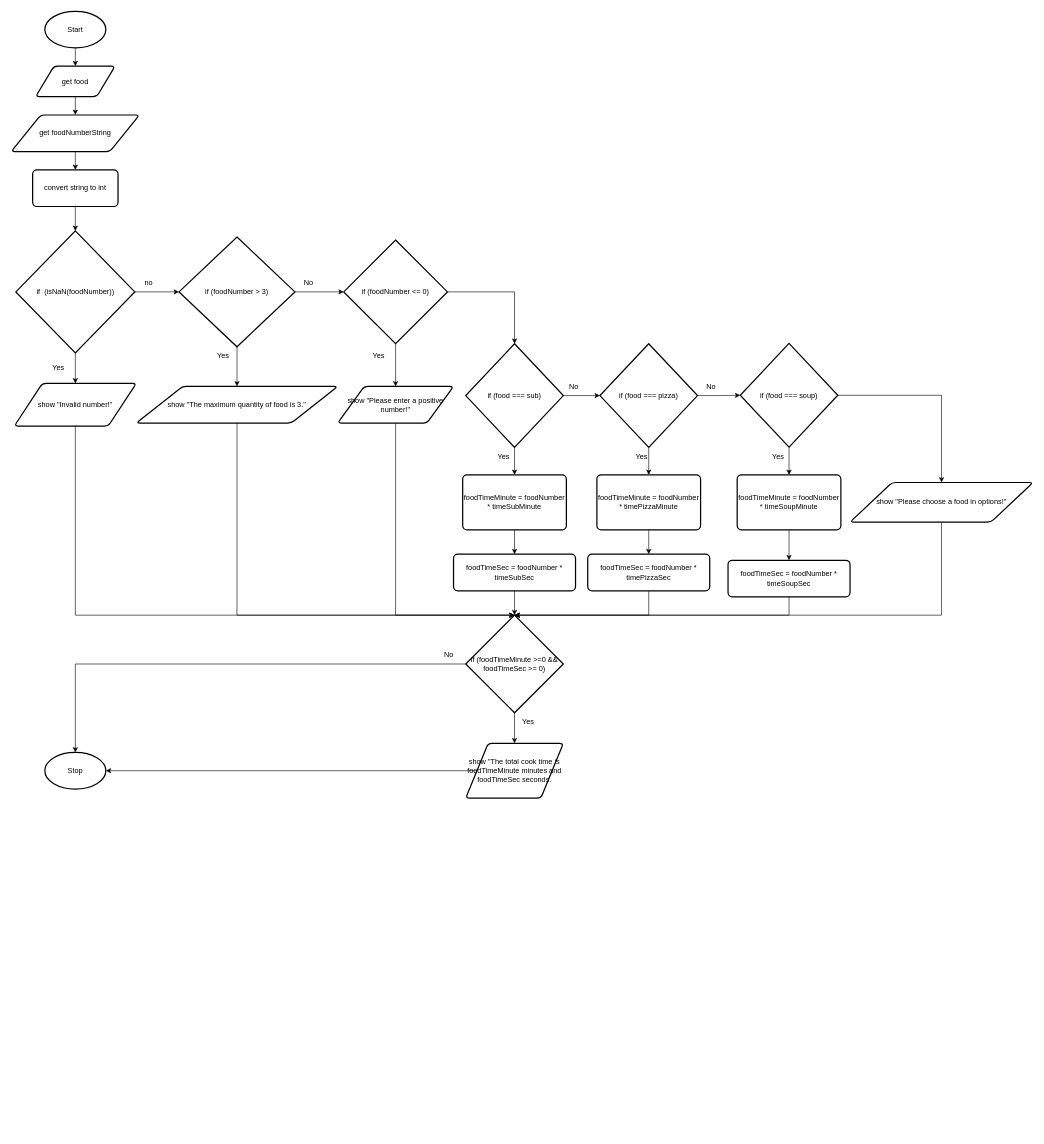
Above: design.flowchart.drawio in Yiyun-Qin/ics4u-unit1-03-typescript (draw.io), before the change. Source tidied: cells renumbered, new cells numbered last; positions are measured from the earlier drawing's top-left corner, leaving out a move shared by most shapes. Both pictures are drawn from the tidied source at 61%, with x=0, y=0 at pixel (11, 11).
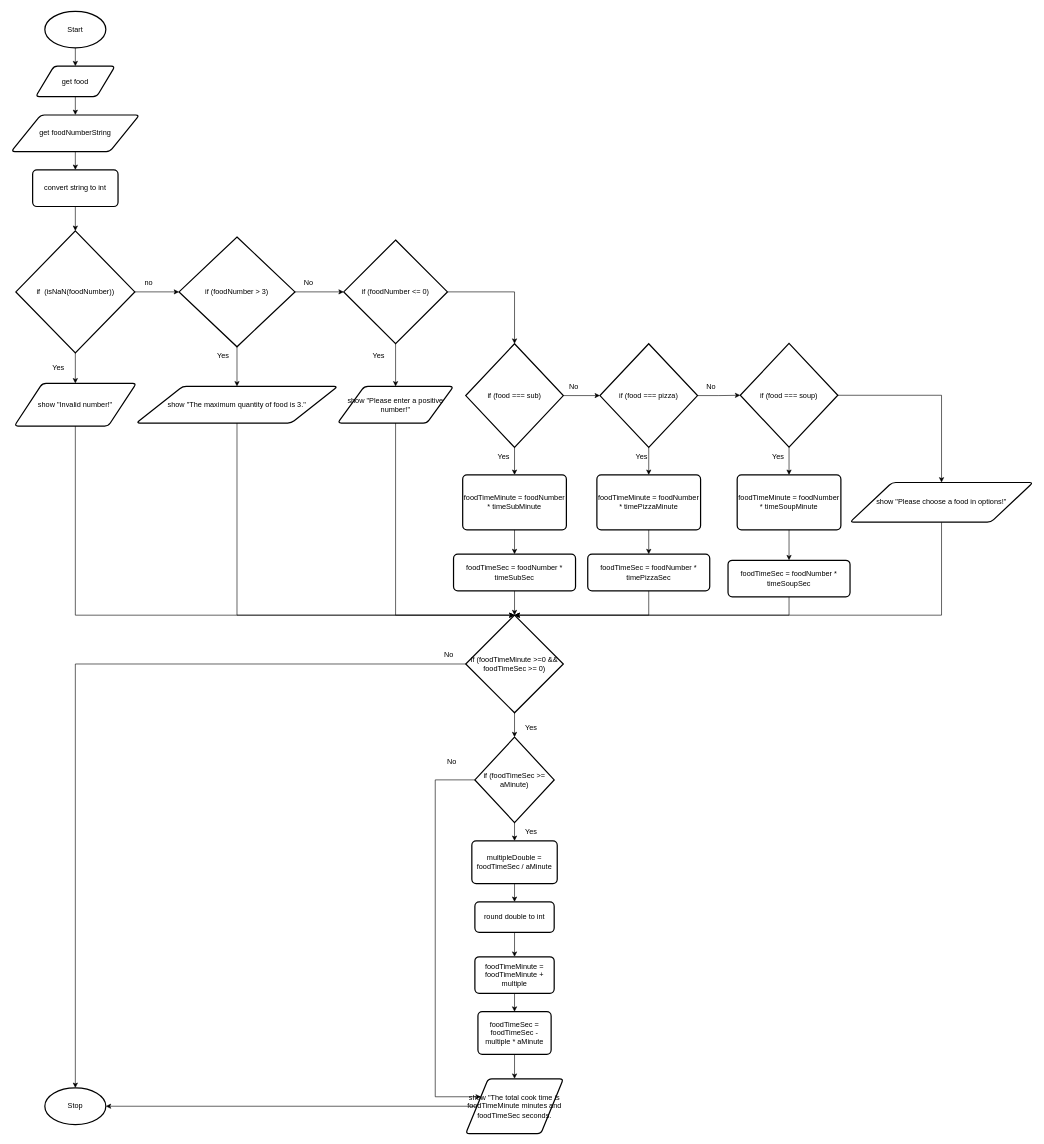
The same diagram, later.

The change refers to these unchanged cells:
```xml
<mxCell id="48" value="if (foodTimeMinute &amp;gt;=0 &amp;amp;&amp;amp; foodTimeSec &amp;gt;= 0)" style="strokeWidth=2;html=1;shape=mxgraph.flowchart.decision;whiteSpace=wrap;" parent="1" vertex="1">
  <mxGeometry x="745" y="990" width="160" height="160" as="geometry" />
</mxCell>
```

Change to the diagram source:
```diff
@@
     <mxCell id="44" value="show &quot;The total cook time is foodTimeMinute minutes and foodTimeSec seconds." style="shape=parallelogram;html=1;strokeWidth=2;perimeter=parallelogramPerimeter;whiteSpace=wrap;rounded=1;arcSize=12;size=0.23;" parent="1" vertex="1">
-      <mxGeometry x="745" y="1200" width="160" height="90" as="geometry" />
+      <mxGeometry x="745" y="1750" width="160" height="90" as="geometry" />
     </mxCell>
     <mxCell id="45" value="Stop" style="strokeWidth=2;html=1;shape=mxgraph.flowchart.start_1;whiteSpace=wrap;" parent="1" vertex="1">
-      <mxGeometry x="55" y="1215" width="100" height="60" as="geometry" />
+      <mxGeometry x="55" y="1765" width="100" height="60" as="geometry" />
     </mxCell>
-    <mxCell id="46" style="edgeStyle=orthogonalEdgeStyle;rounded=0;html=1;exitX=0.5;exitY=1;exitDx=0;exitDy=0;exitPerimeter=0;entryX=0.5;entryY=0;entryDx=0;entryDy=0;" parent="1" edge="1" source="48" target="44">
-      <mxGeometry relative="1" as="geometry" />
-    </mxCell>
@@
+    <mxCell id="66" style="edgeStyle=none;html=1;exitX=0.5;exitY=1;exitDx=0;exitDy=0;exitPerimeter=0;entryX=0.5;entryY=0;entryDx=0;entryDy=0;entryPerimeter=0;" parent="1" edge="1" source="48" target="69">
+      <mxGeometry relative="1" as="geometry" />
+    </mxCell>
@@
     <mxCell id="65" value="Yes" style="text;html=1;strokeColor=none;fillColor=none;align=center;verticalAlign=middle;whiteSpace=wrap;rounded=0;" parent="1" vertex="1">
-      <mxGeometry x="825" y="1150" width="45" height="30" as="geometry" />
+      <mxGeometry x="830" y="1160" width="45" height="30" as="geometry" />
     </mxCell>
+    <mxCell id="67" style="edgeStyle=none;html=1;exitX=0.5;exitY=1;exitDx=0;exitDy=0;exitPerimeter=0;entryX=0.5;entryY=0;entryDx=0;entryDy=0;" parent="1" edge="1" source="69" target="71">
+      <mxGeometry relative="1" as="geometry" />
+    </mxCell>
+    <mxCell id="68" style="edgeStyle=orthogonalEdgeStyle;html=1;exitX=0;exitY=0.5;exitDx=0;exitDy=0;exitPerimeter=0;entryX=0;entryY=0.25;entryDx=0;entryDy=0;rounded=0;" parent="1" edge="1" source="69" target="44">
+      <mxGeometry relative="1" as="geometry">
+        <Array as="points">
+          <mxPoint x="695" y="1260" />
+          <mxPoint x="695" y="1780" />
+        </Array>
+      </mxGeometry>
+    </mxCell>
+    <mxCell id="69" value="if (foodTimeSec &amp;gt;= aMinute)" style="strokeWidth=2;html=1;shape=mxgraph.flowchart.decision;whiteSpace=wrap;" parent="1" vertex="1">
+      <mxGeometry x="760" y="1190" width="130" height="140" as="geometry" />
+    </mxCell>
+    <mxCell id="70" style="edgeStyle=none;html=1;exitX=0.5;exitY=1;exitDx=0;exitDy=0;entryX=0.5;entryY=0;entryDx=0;entryDy=0;" parent="1" edge="1" source="71" target="73">
+      <mxGeometry relative="1" as="geometry" />
+    </mxCell>
+    <mxCell id="71" value="multipleDouble = foodTimeSec / aMinute" style="rounded=1;whiteSpace=wrap;html=1;absoluteArcSize=1;arcSize=14;strokeWidth=2;" parent="1" vertex="1">
+      <mxGeometry x="755" y="1360" width="140" height="70" as="geometry" />
+    </mxCell>
+    <mxCell id="72" style="edgeStyle=none;html=1;exitX=0.5;exitY=1;exitDx=0;exitDy=0;entryX=0.5;entryY=0;entryDx=0;entryDy=0;" parent="1" edge="1" source="73" target="75">
+      <mxGeometry relative="1" as="geometry" />
+    </mxCell>
+    <mxCell id="73" value="round double to int" style="rounded=1;whiteSpace=wrap;html=1;absoluteArcSize=1;arcSize=14;strokeWidth=2;" parent="1" vertex="1">
+      <mxGeometry x="760" y="1460" width="130" height="50" as="geometry" />
+    </mxCell>
+    <mxCell id="74" style="edgeStyle=none;html=1;exitX=0.5;exitY=1;exitDx=0;exitDy=0;entryX=0.5;entryY=0;entryDx=0;entryDy=0;" parent="1" edge="1" source="75" target="77">
+      <mxGeometry relative="1" as="geometry" />
+    </mxCell>
+    <mxCell id="75" value="foodTimeMinute = foodTimeMinute + multiple" style="rounded=1;whiteSpace=wrap;html=1;absoluteArcSize=1;arcSize=14;strokeWidth=2;" parent="1" vertex="1">
+      <mxGeometry x="760" y="1550" width="130" height="60" as="geometry" />
+    </mxCell>
+    <mxCell id="76" style="edgeStyle=none;html=1;exitX=0.5;exitY=1;exitDx=0;exitDy=0;entryX=0.5;entryY=0;entryDx=0;entryDy=0;" parent="1" edge="1" source="77" target="44">
+      <mxGeometry relative="1" as="geometry" />
+    </mxCell>
+    <mxCell id="77" value="foodTimeSec = foodTimeSec - multiple * aMinute" style="rounded=1;whiteSpace=wrap;html=1;absoluteArcSize=1;arcSize=14;strokeWidth=2;" parent="1" vertex="1">
+      <mxGeometry x="765" y="1640" width="120" height="70" as="geometry" />
+    </mxCell>
+    <mxCell id="78" value="Yes" style="text;html=1;strokeColor=none;fillColor=none;align=center;verticalAlign=middle;whiteSpace=wrap;rounded=0;" parent="1" vertex="1">
+      <mxGeometry x="830" y="1330" width="45" height="30" as="geometry" />
+    </mxCell>
+    <mxCell id="79" value="No" style="text;html=1;strokeColor=none;fillColor=none;align=center;verticalAlign=middle;whiteSpace=wrap;rounded=0;" parent="1" vertex="1">
+      <mxGeometry x="700" y="1215" width="45" height="30" as="geometry" />
+    </mxCell>
```
